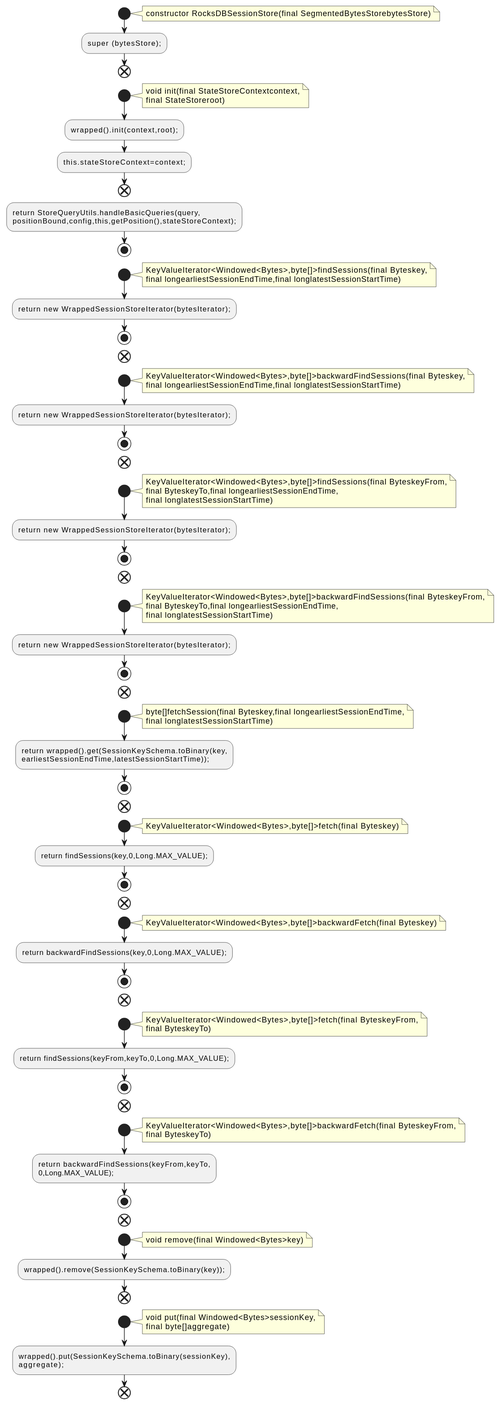
The PlantUML diagram docs/qc/streams/src/main/java/org/apache/kafka/streams/state/internals/RocksDBSessionStore.java.fct.svg in qualitesys/kafka, before a commit.
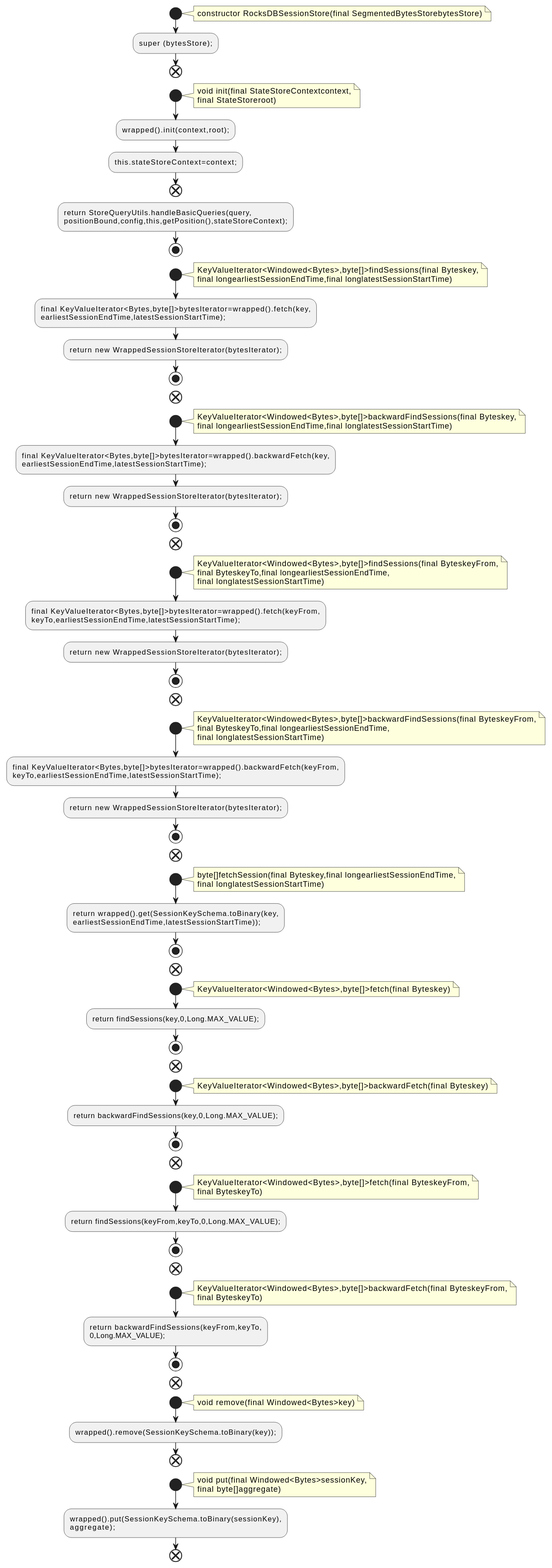
Later version of the same file.

What changed in the source:
```diff
@@ -22,6 +22,8 @@
 KeyValueIterator<Windowed<Bytes>,byte[]>findSessions(final Byteskey,
 final longearliestSessionEndTime,final longlatestSessionStartTime)
 end note
+:final KeyValueIterator<Bytes,byte[]>bytesIterator=wrapped().fetch(key,
+earliestSessionEndTime,latestSessionStartTime);;
 :return new WrappedSessionStoreIterator(bytesIterator);;
 stop
 end
@@ -30,6 +32,8 @@
 KeyValueIterator<Windowed<Bytes>,byte[]>backwardFindSessions(final Byteskey,
 final longearliestSessionEndTime,final longlatestSessionStartTime)
 end note
+:final KeyValueIterator<Bytes,byte[]>bytesIterator=wrapped().backwardFetch(key,
+earliestSessionEndTime,latestSessionStartTime);;
 :return new WrappedSessionStoreIterator(bytesIterator);;
 stop
 end
@@ -39,6 +43,8 @@
 final ByteskeyTo,final longearliestSessionEndTime,
 final longlatestSessionStartTime)
 end note
+:final KeyValueIterator<Bytes,byte[]>bytesIterator=wrapped().fetch(keyFrom,
+keyTo,earliestSessionEndTime,latestSessionStartTime);;
 :return new WrappedSessionStoreIterator(bytesIterator);;
 stop
 end
@@ -48,6 +54,8 @@
 final ByteskeyTo,final longearliestSessionEndTime,
 final longlatestSessionStartTime)
 end note
+:final KeyValueIterator<Bytes,byte[]>bytesIterator=wrapped().backwardFetch(keyFrom,
+keyTo,earliestSessionEndTime,latestSessionStartTime);;
 :return new WrappedSessionStoreIterator(bytesIterator);;
 stop
 end
```
